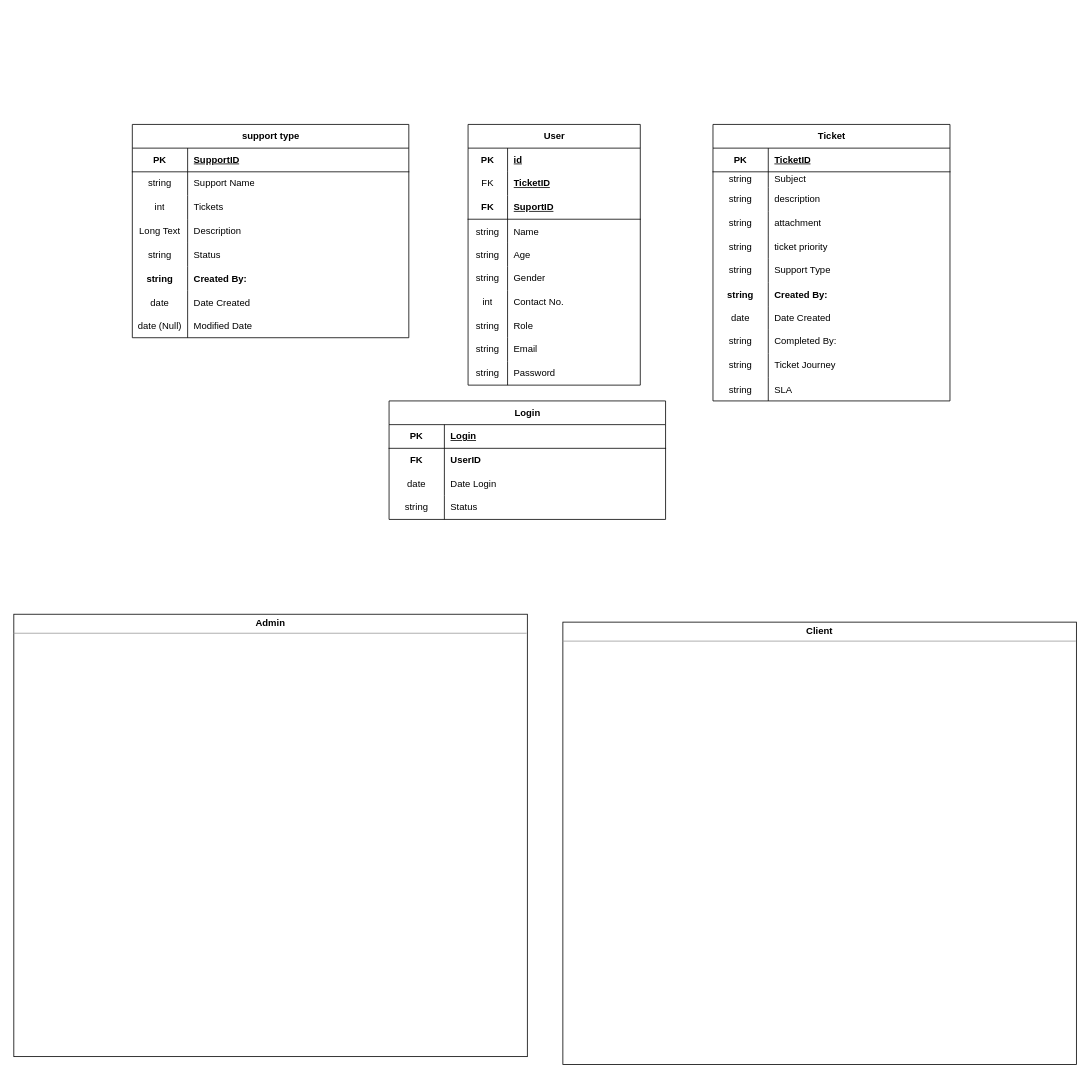
The draw.io diagram page "Page-1" (1 of 2) of hackdesk-erd.drawio in clydeaaron/hackdesk-erd, before the edit. Source tidied: cells renumbered, new cells numbered last; positions are measured from the earlier drawing's top-left corner, leaving out a move shared by most shapes. Both pictures are drawn from the tidied source at 79%, with x=0, y=0 at pixel (13, 124).
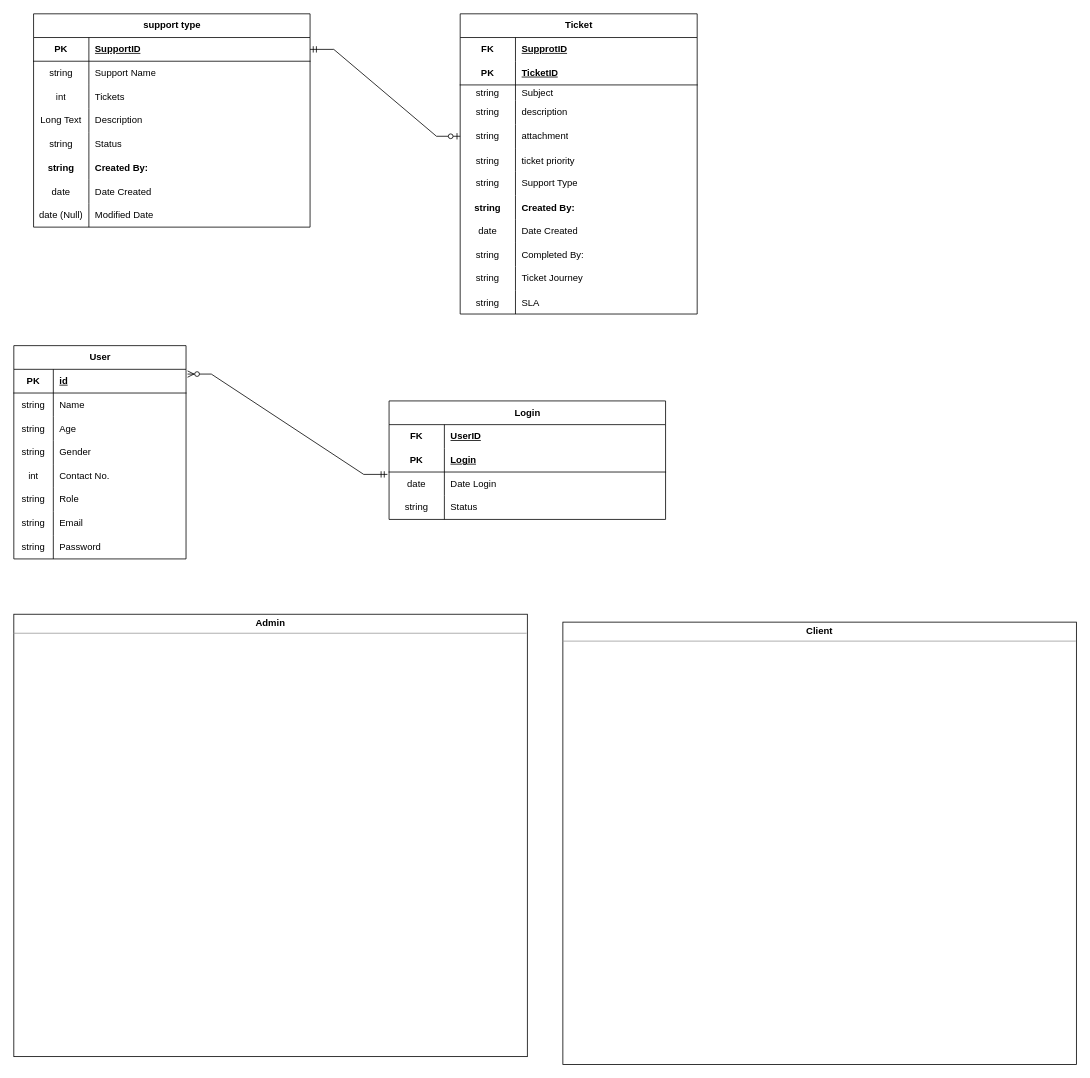
The same page after the edit.

Unchanged cells that the change refers to:
```xml
<mxCell id="70" style="shape=tableRow;horizontal=0;startSize=0;swimlaneHead=0;swimlaneBody=0;fillColor=none;points=[[0,0.5],[1,0.5]];portConstraint=eastwest;top=0;left=0;right=0;bottom=1;" parent="69" vertex="1">
  <mxGeometry y="30" width="350" height="30" as="geometry" />
</mxCell>
<mxCell id="95" value="&lt;b&gt;Login&lt;/b&gt;" style="shape=table;startSize=30;childLayout=tableLayout;rowLines=0;fontStyle=0;align=center;html=1;" parent="1" vertex="1">
  <mxGeometry x="475" y="350" width="350" height="150" as="geometry" />
</mxCell>
<mxCell id="102" style="shape=tableRow;horizontal=0;startSize=0;swimlaneHead=0;swimlaneBody=0;fillColor=none;points=[[0,0.5],[1,0.5]];portConstraint=eastwest;top=0;left=0;right=0;bottom=0;" parent="95" vertex="1">
  <mxGeometry y="90" width="350" height="30" as="geometry" />
</mxCell>
```

The edit, as a diff of the source:
```diff
@@
     <mxCell id="3" value="Ticket" style="shape=table;startSize=30;childLayout=tableLayout;rowLines=0;fontStyle=1;align=center;html=1;" parent="1" vertex="1">
-      <mxGeometry x="885" width="300" height="350" as="geometry" />
+      <mxGeometry x="565" y="-140" width="300" height="380" as="geometry" />
     </mxCell>
+    <mxCell id="108" style="shape=tableRow;horizontal=0;startSize=0;swimlaneHead=0;swimlaneBody=0;fillColor=none;top=0;left=0;right=0;bottom=0;" parent="3" vertex="1">
+      <mxGeometry y="30" width="300" height="30" as="geometry" />
+    </mxCell>
+    <mxCell id="43" value="FK" style="shape=partialRectangle;fillColor=none;top=0;left=0;bottom=0;right=0;fontStyle=1;overflow=hidden;whiteSpace=wrap;html=1;" parent="108" vertex="1">
+      <mxGeometry width="70" height="30" as="geometry" />
+    </mxCell>
+    <mxCell id="109" value="SupprotID" style="shape=partialRectangle;fillColor=none;top=0;left=0;bottom=0;right=0;align=left;spacingLeft=6;fontStyle=5;overflow=hidden;whiteSpace=wrap;html=1;" parent="108" vertex="1">
+      <mxGeometry x="70" width="230" height="30" as="geometry" />
+    </mxCell>
     <mxCell id="4" style="shape=tableRow;horizontal=0;startSize=0;swimlaneHead=0;swimlaneBody=0;fillColor=none;top=0;left=0;right=0;bottom=1;" parent="3" vertex="1">
-      <mxGeometry y="30" width="300" height="30" as="geometry" />
+      <mxGeometry y="60" width="300" height="30" as="geometry" />
     </mxCell>
@@
     <mxCell id="7" style="shape=tableRow;horizontal=0;startSize=0;swimlaneHead=0;swimlaneBody=0;fillColor=none;top=0;left=0;right=0;bottom=0;" parent="3" vertex="1">
-      <mxGeometry y="60" width="300" height="20" as="geometry" />
+      <mxGeometry y="90" width="300" height="20" as="geometry" />
     </mxCell>
@@
     <mxCell id="10" style="shape=tableRow;horizontal=0;startSize=0;swimlaneHead=0;swimlaneBody=0;fillColor=none;top=0;left=0;right=0;bottom=0;" parent="3" vertex="1">
-      <mxGeometry y="80" width="300" height="30" as="geometry" />
+      <mxGeometry y="110" width="300" height="30" as="geometry" />
     </mxCell>
@@
     <mxCell id="13" style="shape=tableRow;horizontal=0;startSize=0;swimlaneHead=0;swimlaneBody=0;fillColor=none;points=[[0,0.5],[1,0.5]];portConstraint=eastwest;top=0;left=0;right=0;bottom=0;" parent="3" vertex="1">
-      <mxGeometry y="110" width="300" height="30" as="geometry" />
+      <mxGeometry y="140" width="300" height="30" as="geometry" />
     </mxCell>
@@
     <mxCell id="16" style="shape=tableRow;horizontal=0;startSize=0;swimlaneHead=0;swimlaneBody=0;fillColor=none;top=0;left=0;right=0;bottom=0;" parent="3" vertex="1">
-      <mxGeometry y="140" width="300" height="30" as="geometry" />
+      <mxGeometry y="170" width="300" height="30" as="geometry" />
     </mxCell>
@@
     <mxCell id="19" style="shape=tableRow;horizontal=0;startSize=0;swimlaneHead=0;swimlaneBody=0;fillColor=none;top=0;left=0;right=0;bottom=0;" parent="3" vertex="1">
-      <mxGeometry y="170" width="300" height="30" as="geometry" />
+      <mxGeometry y="200" width="300" height="30" as="geometry" />
     </mxCell>
@@
     <mxCell id="22" style="shape=tableRow;horizontal=0;startSize=0;swimlaneHead=0;swimlaneBody=0;fillColor=none;top=0;left=0;right=0;bottom=0;" parent="3" vertex="1">
-      <mxGeometry y="200" width="300" height="30" as="geometry" />
+      <mxGeometry y="230" width="300" height="30" as="geometry" />
     </mxCell>
@@
     <mxCell id="25" style="shape=tableRow;horizontal=0;startSize=0;swimlaneHead=0;swimlaneBody=0;fillColor=none;top=0;left=0;right=0;bottom=0;" parent="3" vertex="1">
-      <mxGeometry y="230" width="300" height="30" as="geometry" />
+      <mxGeometry y="260" width="300" height="30" as="geometry" />
     </mxCell>
@@
     <mxCell id="28" style="shape=tableRow;horizontal=0;startSize=0;swimlaneHead=0;swimlaneBody=0;fillColor=none;top=0;left=0;right=0;bottom=0;" parent="3" vertex="1">
-      <mxGeometry y="260" width="300" height="30" as="geometry" />
+      <mxGeometry y="290" width="300" height="30" as="geometry" />
     </mxCell>
@@
     <mxCell id="31" style="shape=tableRow;horizontal=0;startSize=0;swimlaneHead=0;swimlaneBody=0;fillColor=none;top=0;left=0;right=0;bottom=0;" parent="3" vertex="1">
-      <mxGeometry y="290" width="300" height="30" as="geometry" />
+      <mxGeometry y="320" width="300" height="30" as="geometry" />
     </mxCell>
@@
     <mxCell id="34" style="shape=tableRow;horizontal=0;startSize=0;swimlaneHead=0;swimlaneBody=0;fillColor=none;top=0;left=0;right=0;bottom=0;" parent="3" vertex="1">
-      <mxGeometry y="320" width="300" height="30" as="geometry" />
+      <mxGeometry y="350" width="300" height="30" as="geometry" />
     </mxCell>
@@
     <mxCell id="38" value="User" style="shape=table;startSize=30;childLayout=tableLayout;rowLines=0;fontStyle=1;align=center;html=1;" parent="1" vertex="1">
-      <mxGeometry x="575" width="218" height="330" as="geometry" />
+      <mxGeometry y="280" width="218" height="270" as="geometry" />
     </mxCell>
-    <mxCell id="39" style="shape=tableRow;horizontal=0;startSize=0;swimlaneHead=0;swimlaneBody=0;fillColor=none;top=0;left=0;right=0;bottom=0;" parent="38" vertex="1">
-      <mxGeometry y="30" width="218" height="30" as="geometry" />
-    </mxCell>
-    <mxCell id="40" value="PK" style="shape=partialRectangle;fillColor=none;top=0;left=0;bottom=0;right=0;fontStyle=1;overflow=hidden;whiteSpace=wrap;html=1;" parent="39" vertex="1">
-      <mxGeometry width="50" height="30" as="geometry" />
-    </mxCell>
-    <mxCell id="41" value="&lt;span&gt;id&lt;/span&gt;" style="shape=partialRectangle;fillColor=none;top=0;left=0;bottom=0;right=0;align=left;spacingLeft=6;fontStyle=5;overflow=hidden;whiteSpace=wrap;html=1;" parent="39" vertex="1">
-      <mxGeometry x="50" width="168" height="30" as="geometry" />
-    </mxCell>
-    <mxCell id="42" style="shape=tableRow;horizontal=0;startSize=0;swimlaneHead=0;swimlaneBody=0;fillColor=none;top=0;left=0;right=0;bottom=0;" parent="38" vertex="1">
-      <mxGeometry y="60" width="218" height="30" as="geometry" />
-    </mxCell>
-    <mxCell id="43" value="FK" style="shape=partialRectangle;fillColor=none;top=0;left=0;bottom=0;right=0;fontStyle=0;overflow=hidden;whiteSpace=wrap;html=1;" parent="42" vertex="1">
-      <mxGeometry width="50" height="30" as="geometry" />
-    </mxCell>
-    <mxCell id="44" value="TicketID" style="shape=partialRectangle;fillColor=none;top=0;left=0;bottom=0;right=0;align=left;spacingLeft=6;fontStyle=5;overflow=hidden;whiteSpace=wrap;html=1;" parent="42" vertex="1">
-      <mxGeometry x="50" width="168" height="30" as="geometry" />
-    </mxCell>
     <mxCell id="45" style="shape=tableRow;horizontal=0;startSize=0;swimlaneHead=0;swimlaneBody=0;fillColor=none;points=[[0,0.5],[1,0.5]];portConstraint=eastwest;top=0;left=0;right=0;bottom=1;" parent="38" vertex="1">
-      <mxGeometry y="90" width="218" height="30" as="geometry" />
+      <mxGeometry y="30" width="218" height="30" as="geometry" />
     </mxCell>
-    <mxCell id="46" value="FK" style="shape=partialRectangle;fillColor=none;top=0;left=0;bottom=0;right=0;fontStyle=1;overflow=hidden;whiteSpace=wrap;html=1;" parent="45" vertex="1">
+    <mxCell id="46" value="PK" style="shape=partialRectangle;fillColor=none;top=0;left=0;bottom=0;right=0;fontStyle=1;overflow=hidden;whiteSpace=wrap;html=1;" parent="45" vertex="1">
       <mxGeometry width="50" height="30" as="geometry" />
     </mxCell>
-    <mxCell id="47" value="SuportID" style="shape=partialRectangle;fillColor=none;top=0;left=0;bottom=0;right=0;align=left;spacingLeft=6;fontStyle=5;overflow=hidden;whiteSpace=wrap;html=1;" parent="45" vertex="1">
+    <mxCell id="47" value="id" style="shape=partialRectangle;fillColor=none;top=0;left=0;bottom=0;right=0;align=left;spacingLeft=6;fontStyle=5;overflow=hidden;whiteSpace=wrap;html=1;" parent="45" vertex="1">
       <mxGeometry x="50" width="168" height="30" as="geometry" />
     </mxCell>
     <mxCell id="48" style="shape=tableRow;horizontal=0;startSize=0;swimlaneHead=0;swimlaneBody=0;fillColor=none;top=0;left=0;right=0;bottom=0;" parent="38" vertex="1">
-      <mxGeometry y="120" width="218" height="30" as="geometry" />
+      <mxGeometry y="60" width="218" height="30" as="geometry" />
     </mxCell>
@@
     <mxCell id="51" style="shape=tableRow;horizontal=0;startSize=0;swimlaneHead=0;swimlaneBody=0;fillColor=none;top=0;left=0;right=0;bottom=0;" parent="38" vertex="1">
-      <mxGeometry y="150" width="218" height="30" as="geometry" />
+      <mxGeometry y="90" width="218" height="30" as="geometry" />
     </mxCell>
@@
     <mxCell id="54" style="shape=tableRow;horizontal=0;startSize=0;swimlaneHead=0;swimlaneBody=0;fillColor=none;top=0;left=0;right=0;bottom=0;" parent="38" vertex="1">
-      <mxGeometry y="180" width="218" height="30" as="geometry" />
+      <mxGeometry y="120" width="218" height="30" as="geometry" />
     </mxCell>
@@
     <mxCell id="57" style="shape=tableRow;horizontal=0;startSize=0;swimlaneHead=0;swimlaneBody=0;fillColor=none;top=0;left=0;right=0;bottom=0;" parent="38" vertex="1">
-      <mxGeometry y="210" width="218" height="30" as="geometry" />
+      <mxGeometry y="150" width="218" height="30" as="geometry" />
     </mxCell>
@@
     <mxCell id="60" style="shape=tableRow;horizontal=0;startSize=0;swimlaneHead=0;swimlaneBody=0;fillColor=none;top=0;left=0;right=0;bottom=0;" parent="38" vertex="1">
-      <mxGeometry y="240" width="218" height="30" as="geometry" />
+      <mxGeometry y="180" width="218" height="30" as="geometry" />
     </mxCell>
@@
     <mxCell id="63" style="shape=tableRow;horizontal=0;startSize=0;swimlaneHead=0;swimlaneBody=0;fillColor=none;top=0;left=0;right=0;bottom=0;" parent="38" vertex="1">
-      <mxGeometry y="270" width="218" height="30" as="geometry" />
+      <mxGeometry y="210" width="218" height="30" as="geometry" />
     </mxCell>
@@
     <mxCell id="66" style="shape=tableRow;horizontal=0;startSize=0;swimlaneHead=0;swimlaneBody=0;fillColor=none;top=0;left=0;right=0;bottom=0;" parent="38" vertex="1">
-      <mxGeometry y="300" width="218" height="30" as="geometry" />
+      <mxGeometry y="240" width="218" height="30" as="geometry" />
     </mxCell>
@@
     <mxCell id="69" value="&lt;b&gt;support type&lt;/b&gt;" style="shape=table;startSize=30;childLayout=tableLayout;rowLines=0;fontStyle=0;align=center;html=1;" parent="1" vertex="1">
-      <mxGeometry x="150" width="350" height="270" as="geometry" />
+      <mxGeometry x="25" y="-140" width="350" height="270" as="geometry" />
     </mxCell>
@@
+    <mxCell id="99" style="shape=tableRow;horizontal=0;startSize=0;swimlaneHead=0;swimlaneBody=0;fillColor=none;top=0;left=0;right=0;bottom=0;" parent="95" vertex="1">
+      <mxGeometry y="30" width="350" height="30" as="geometry" />
+    </mxCell>
+    <mxCell id="100" value="FK" style="shape=partialRectangle;fillColor=none;top=0;left=0;bottom=0;right=0;overflow=hidden;whiteSpace=wrap;html=1;fontStyle=1;" parent="99" vertex="1">
+      <mxGeometry width="70" height="30" as="geometry" />
+    </mxCell>
+    <mxCell id="101" value="UserID" style="shape=partialRectangle;fillColor=none;top=0;left=0;bottom=0;right=0;align=left;spacingLeft=6;overflow=hidden;whiteSpace=wrap;html=1;fontStyle=5;" parent="99" vertex="1">
+      <mxGeometry x="70" width="280" height="30" as="geometry" />
+    </mxCell>
     <mxCell id="96" style="shape=tableRow;horizontal=0;startSize=0;swimlaneHead=0;swimlaneBody=0;fillColor=none;top=0;left=0;right=0;bottom=1;" parent="95" vertex="1">
-      <mxGeometry y="30" width="350" height="30" as="geometry" />
+      <mxGeometry y="60" width="350" height="30" as="geometry" />
     </mxCell>
@@
-    <mxCell id="99" style="shape=tableRow;horizontal=0;startSize=0;swimlaneHead=0;swimlaneBody=0;fillColor=none;top=0;left=0;right=0;bottom=0;" parent="95" vertex="1">
-      <mxGeometry y="60" width="350" height="30" as="geometry" />
-    </mxCell>
-    <mxCell id="100" value="FK" style="shape=partialRectangle;fillColor=none;top=0;left=0;bottom=0;right=0;overflow=hidden;whiteSpace=wrap;html=1;fontStyle=1;" parent="99" vertex="1">
-      <mxGeometry width="70" height="30" as="geometry" />
-    </mxCell>
-    <mxCell id="101" value="UserID" style="shape=partialRectangle;fillColor=none;top=0;left=0;bottom=0;right=0;align=left;spacingLeft=6;overflow=hidden;whiteSpace=wrap;html=1;fontStyle=1;" parent="99" vertex="1">
-      <mxGeometry x="70" width="280" height="30" as="geometry" />
-    </mxCell>
@@
+    <mxCell id="110" style="edgeStyle=entityRelationEdgeStyle;fontSize=12;html=1;endArrow=ERzeroToOne;startArrow=ERmandOne;rounded=0;exitX=1;exitY=0.5;exitDx=0;exitDy=0;entryX=0;entryY=0.5;entryDx=0;entryDy=0;" parent="1" edge="1" source="70" target="13">
+      <mxGeometry relative="1" as="geometry" />
+    </mxCell>
+    <mxCell id="111" style="edgeStyle=entityRelationEdgeStyle;fontSize=12;html=1;endArrow=ERzeroToMany;startArrow=ERmandOne;rounded=0;exitX=-0.006;exitY=0.1;exitDx=0;exitDy=0;exitPerimeter=0;entryX=1.009;entryY=0.2;entryDx=0;entryDy=0;entryPerimeter=0;" parent="1" edge="1" source="102" target="45">
+      <mxGeometry relative="1" as="geometry" />
+    </mxCell>
```
